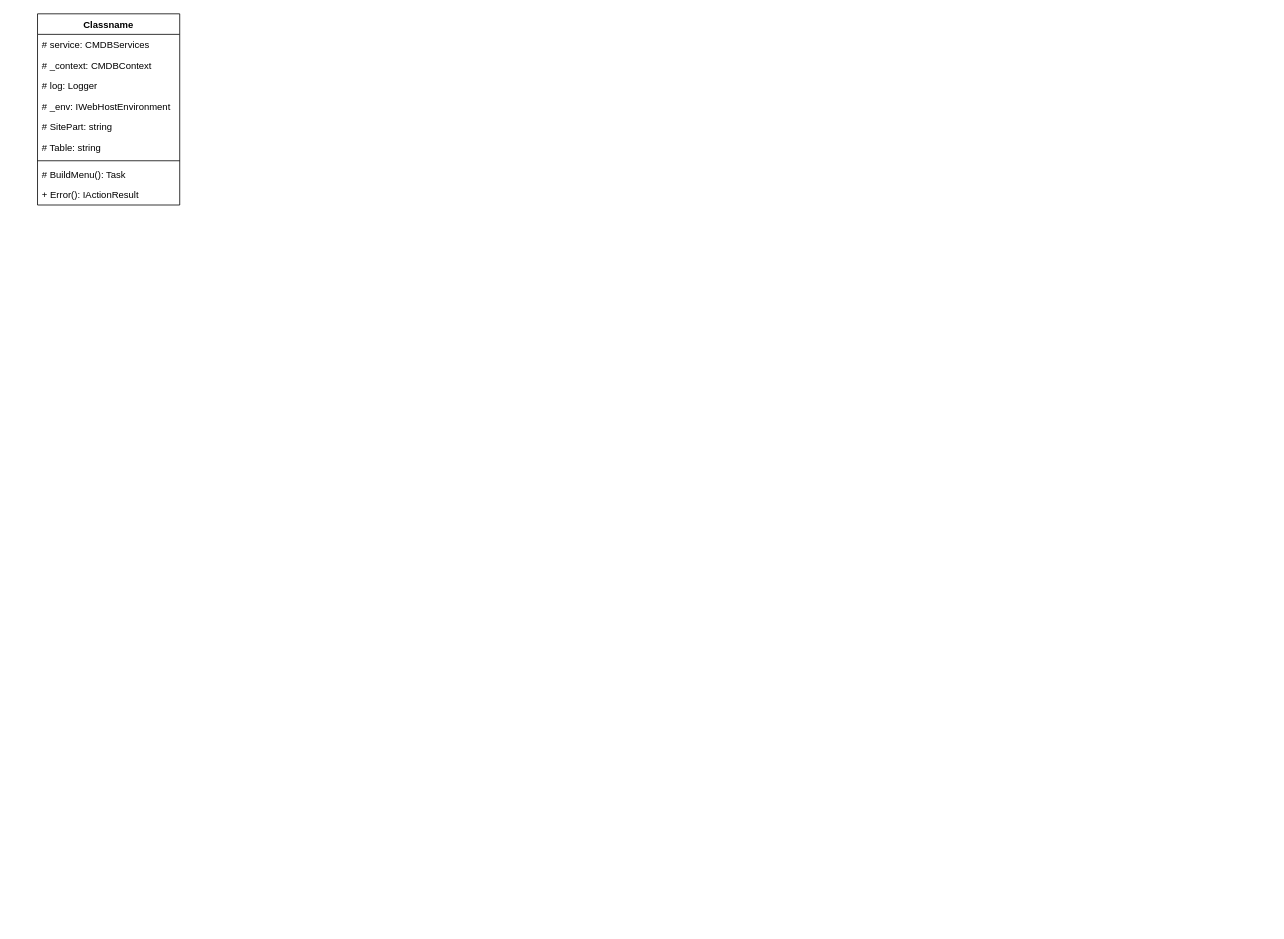
This is page "Controllers" (2 of 3) of CMDB/CMDB/Documentation/CMDB-Class.drawio from HansColman45/PyCMDB, a draw.io file, before an edit. Source tidied: cells renumbered, new cells numbered last; positions are measured from the earlier drawing's top-left corner, leaving out a move shared by most shapes. Both pictures are drawn from the tidied source at 79%, with x=0, y=0 at pixel (37, 13).
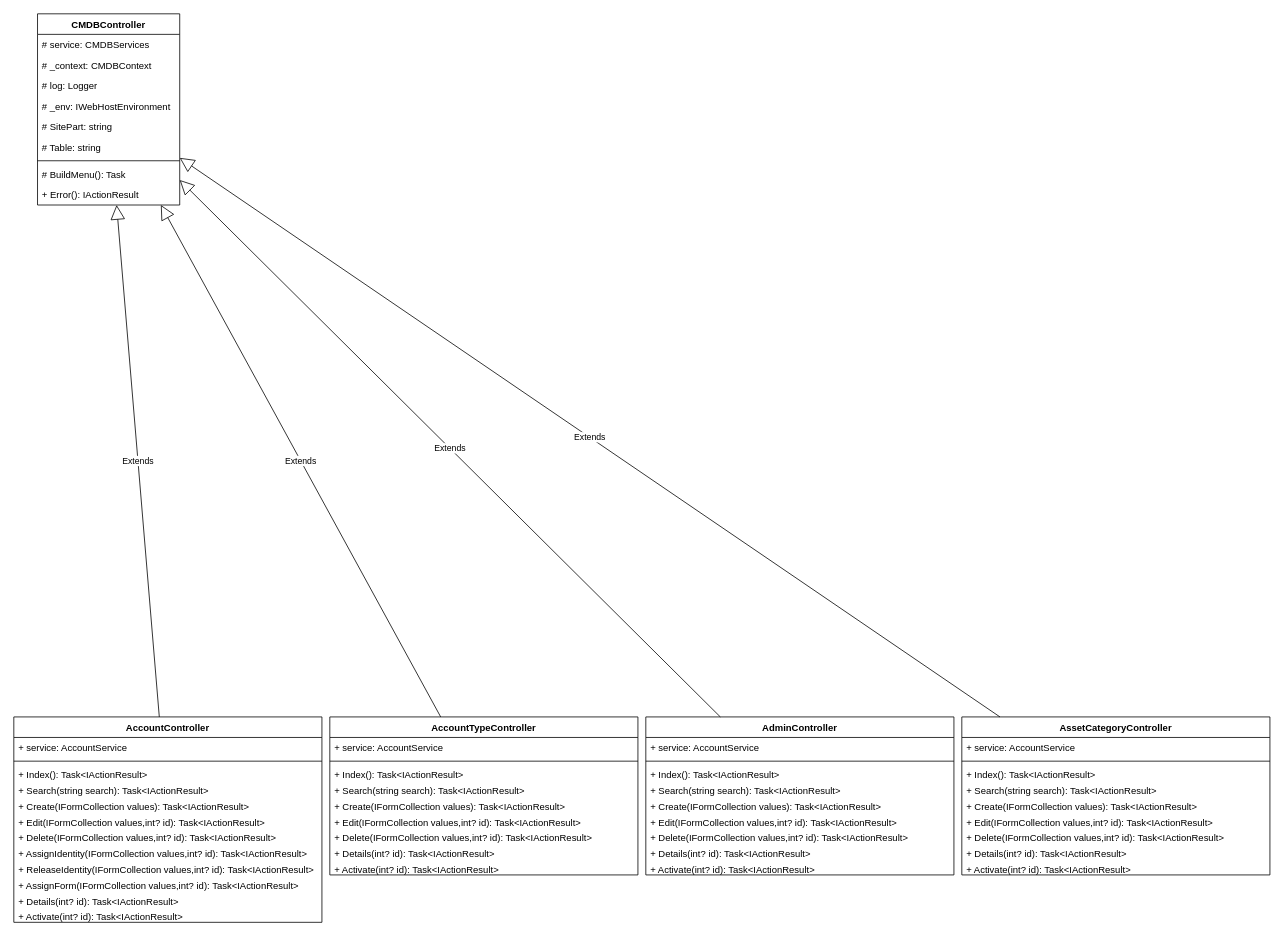
The same diagram, later.

Diff of the diagram source:
```diff
@@
-    <mxCell id="2" value="Classname" style="swimlane;fontStyle=1;align=center;verticalAlign=top;horizontal=1;startSize=26;" parent="1" vertex="1">
+    <mxCell id="2" value="CMDBController" style="swimlane;fontStyle=1;align=center;verticalAlign=top;horizontal=1;startSize=26;" parent="1" vertex="1">
       <mxGeometry width="180" height="242" as="geometry" />
     </mxCell>
@@
+    <mxCell id="12" value="AccountController" style="swimlane;fontStyle=1;align=center;verticalAlign=top;horizontal=1;startSize=26;" parent="1" vertex="1">
+      <mxGeometry x="-30" y="890" width="390" height="260" as="geometry" />
+    </mxCell>
+    <mxCell id="13" value="+ service: AccountService" style="text;strokeColor=none;fillColor=none;align=left;verticalAlign=top;spacingLeft=4;spacingRight=4;overflow=hidden;" parent="12" vertex="1">
+      <mxGeometry y="26" width="390" height="26" as="geometry" />
+    </mxCell>
+    <mxCell id="14" style="line;strokeWidth=1;fillColor=none;align=left;verticalAlign=middle;spacingTop=-1;spacingLeft=3;spacingRight=3;labelPosition=right;" parent="12" vertex="1">
+      <mxGeometry y="52" width="390" height="8" as="geometry" />
+    </mxCell>
+    <mxCell id="15" value="+ Index(): Task&lt;IActionResult&gt;" style="text;strokeColor=none;fillColor=none;align=left;verticalAlign=top;spacingLeft=4;spacingRight=4;overflow=hidden;" parent="12" vertex="1">
+      <mxGeometry y="60" width="390" height="20" as="geometry" />
+    </mxCell>
+    <mxCell id="16" value="+ Search(string search): Task&lt;IActionResult&gt;" style="text;strokeColor=none;fillColor=none;align=left;verticalAlign=top;spacingLeft=4;spacingRight=4;overflow=hidden;" parent="12" vertex="1">
+      <mxGeometry y="80" width="390" height="20" as="geometry" />
+    </mxCell>
+    <mxCell id="17" value="+ Create(IFormCollection values): Task&lt;IActionResult&gt;" style="text;strokeColor=none;fillColor=none;align=left;verticalAlign=top;spacingLeft=4;spacingRight=4;overflow=hidden;" parent="12" vertex="1">
+      <mxGeometry y="100" width="390" height="20" as="geometry" />
+    </mxCell>
+    <mxCell id="18" value="+ Edit(IFormCollection values,int? id): Task&lt;IActionResult&gt;" style="text;strokeColor=none;fillColor=none;align=left;verticalAlign=top;spacingLeft=4;spacingRight=4;overflow=hidden;" parent="12" vertex="1">
+      <mxGeometry y="120" width="390" height="20" as="geometry" />
+    </mxCell>
+    <mxCell id="19" value="+ Delete(IFormCollection values,int? id): Task&lt;IActionResult&gt;" style="text;strokeColor=none;fillColor=none;align=left;verticalAlign=top;spacingLeft=4;spacingRight=4;overflow=hidden;" parent="12" vertex="1">
+      <mxGeometry y="140" width="390" height="20" as="geometry" />
+    </mxCell>
+    <mxCell id="20" value="+ AssignIdentity(IFormCollection values,int? id): Task&lt;IActionResult&gt;" style="text;strokeColor=none;fillColor=none;align=left;verticalAlign=top;spacingLeft=4;spacingRight=4;overflow=hidden;" parent="12" vertex="1">
+      <mxGeometry y="160" width="390" height="20" as="geometry" />
+    </mxCell>
+    <mxCell id="21" value="+ ReleaseIdentity(IFormCollection values,int? id): Task&lt;IActionResult&gt;" style="text;strokeColor=none;fillColor=none;align=left;verticalAlign=top;spacingLeft=4;spacingRight=4;overflow=hidden;" parent="12" vertex="1">
+      <mxGeometry y="180" width="390" height="20" as="geometry" />
+    </mxCell>
+    <mxCell id="22" value="+ AssignForm(IFormCollection values,int? id): Task&lt;IActionResult&gt;" style="text;strokeColor=none;fillColor=none;align=left;verticalAlign=top;spacingLeft=4;spacingRight=4;overflow=hidden;" parent="12" vertex="1">
+      <mxGeometry y="200" width="390" height="20" as="geometry" />
+    </mxCell>
+    <mxCell id="23" value="+ Details(int? id): Task&lt;IActionResult&gt;" style="text;strokeColor=none;fillColor=none;align=left;verticalAlign=top;spacingLeft=4;spacingRight=4;overflow=hidden;" parent="12" vertex="1">
+      <mxGeometry y="220" width="390" height="20" as="geometry" />
+    </mxCell>
+    <mxCell id="24" value="+ Activate(int? id): Task&lt;IActionResult&gt;" style="text;strokeColor=none;fillColor=none;align=left;verticalAlign=top;spacingLeft=4;spacingRight=4;overflow=hidden;" parent="12" vertex="1">
+      <mxGeometry y="240" width="390" height="20" as="geometry" />
+    </mxCell>
+    <mxCell id="25" value="Extends" style="endArrow=block;endSize=16;endFill=0;html=1;" parent="1" edge="1" source="12" target="2">
+      <mxGeometry relative="1" as="geometry" />
+    </mxCell>
+    <mxCell id="26" value="AccountTypeController" style="swimlane;fontStyle=1;align=center;verticalAlign=top;horizontal=1;startSize=26;" parent="1" vertex="1">
+      <mxGeometry x="370" y="890" width="390" height="200" as="geometry" />
+    </mxCell>
+    <mxCell id="27" value="+ service: AccountService" style="text;strokeColor=none;fillColor=none;align=left;verticalAlign=top;spacingLeft=4;spacingRight=4;overflow=hidden;" parent="26" vertex="1">
+      <mxGeometry y="26" width="390" height="26" as="geometry" />
+    </mxCell>
+    <mxCell id="28" style="line;strokeWidth=1;fillColor=none;align=left;verticalAlign=middle;spacingTop=-1;spacingLeft=3;spacingRight=3;labelPosition=right;" parent="26" vertex="1">
+      <mxGeometry y="52" width="390" height="8" as="geometry" />
+    </mxCell>
+    <mxCell id="29" value="+ Index(): Task&lt;IActionResult&gt;" style="text;strokeColor=none;fillColor=none;align=left;verticalAlign=top;spacingLeft=4;spacingRight=4;overflow=hidden;" parent="26" vertex="1">
+      <mxGeometry y="60" width="390" height="20" as="geometry" />
+    </mxCell>
+    <mxCell id="30" value="+ Search(string search): Task&lt;IActionResult&gt;" style="text;strokeColor=none;fillColor=none;align=left;verticalAlign=top;spacingLeft=4;spacingRight=4;overflow=hidden;" parent="26" vertex="1">
+      <mxGeometry y="80" width="390" height="20" as="geometry" />
+    </mxCell>
+    <mxCell id="31" value="+ Create(IFormCollection values): Task&lt;IActionResult&gt;" style="text;strokeColor=none;fillColor=none;align=left;verticalAlign=top;spacingLeft=4;spacingRight=4;overflow=hidden;" parent="26" vertex="1">
+      <mxGeometry y="100" width="390" height="20" as="geometry" />
+    </mxCell>
+    <mxCell id="32" value="+ Edit(IFormCollection values,int? id): Task&lt;IActionResult&gt;" style="text;strokeColor=none;fillColor=none;align=left;verticalAlign=top;spacingLeft=4;spacingRight=4;overflow=hidden;" parent="26" vertex="1">
+      <mxGeometry y="120" width="390" height="20" as="geometry" />
+    </mxCell>
+    <mxCell id="33" value="+ Delete(IFormCollection values,int? id): Task&lt;IActionResult&gt;" style="text;strokeColor=none;fillColor=none;align=left;verticalAlign=top;spacingLeft=4;spacingRight=4;overflow=hidden;" parent="26" vertex="1">
+      <mxGeometry y="140" width="390" height="20" as="geometry" />
+    </mxCell>
+    <mxCell id="34" value="+ Details(int? id): Task&lt;IActionResult&gt;" style="text;strokeColor=none;fillColor=none;align=left;verticalAlign=top;spacingLeft=4;spacingRight=4;overflow=hidden;" parent="26" vertex="1">
+      <mxGeometry y="160" width="390" height="20" as="geometry" />
+    </mxCell>
+    <mxCell id="35" value="+ Activate(int? id): Task&lt;IActionResult&gt;" style="text;strokeColor=none;fillColor=none;align=left;verticalAlign=top;spacingLeft=4;spacingRight=4;overflow=hidden;" parent="26" vertex="1">
+      <mxGeometry y="180" width="390" height="20" as="geometry" />
+    </mxCell>
+    <mxCell id="36" value="Extends" style="endArrow=block;endSize=16;endFill=0;html=1;" parent="1" edge="1" source="26" target="2">
+      <mxGeometry relative="1" as="geometry" />
+    </mxCell>
+    <mxCell id="37" value="AdminController" style="swimlane;fontStyle=1;align=center;verticalAlign=top;horizontal=1;startSize=26;" parent="1" vertex="1">
+      <mxGeometry x="770" y="890" width="390" height="200" as="geometry" />
+    </mxCell>
+    <mxCell id="38" value="+ service: AccountService" style="text;strokeColor=none;fillColor=none;align=left;verticalAlign=top;spacingLeft=4;spacingRight=4;overflow=hidden;" parent="37" vertex="1">
+      <mxGeometry y="26" width="390" height="26" as="geometry" />
+    </mxCell>
+    <mxCell id="39" style="line;strokeWidth=1;fillColor=none;align=left;verticalAlign=middle;spacingTop=-1;spacingLeft=3;spacingRight=3;labelPosition=right;" parent="37" vertex="1">
+      <mxGeometry y="52" width="390" height="8" as="geometry" />
+    </mxCell>
+    <mxCell id="40" value="+ Index(): Task&lt;IActionResult&gt;" style="text;strokeColor=none;fillColor=none;align=left;verticalAlign=top;spacingLeft=4;spacingRight=4;overflow=hidden;" parent="37" vertex="1">
+      <mxGeometry y="60" width="390" height="20" as="geometry" />
+    </mxCell>
+    <mxCell id="41" value="+ Search(string search): Task&lt;IActionResult&gt;" style="text;strokeColor=none;fillColor=none;align=left;verticalAlign=top;spacingLeft=4;spacingRight=4;overflow=hidden;" parent="37" vertex="1">
+      <mxGeometry y="80" width="390" height="20" as="geometry" />
+    </mxCell>
+    <mxCell id="42" value="+ Create(IFormCollection values): Task&lt;IActionResult&gt;" style="text;strokeColor=none;fillColor=none;align=left;verticalAlign=top;spacingLeft=4;spacingRight=4;overflow=hidden;" parent="37" vertex="1">
+      <mxGeometry y="100" width="390" height="20" as="geometry" />
+    </mxCell>
+    <mxCell id="43" value="+ Edit(IFormCollection values,int? id): Task&lt;IActionResult&gt;" style="text;strokeColor=none;fillColor=none;align=left;verticalAlign=top;spacingLeft=4;spacingRight=4;overflow=hidden;" parent="37" vertex="1">
+      <mxGeometry y="120" width="390" height="20" as="geometry" />
+    </mxCell>
+    <mxCell id="44" value="+ Delete(IFormCollection values,int? id): Task&lt;IActionResult&gt;" style="text;strokeColor=none;fillColor=none;align=left;verticalAlign=top;spacingLeft=4;spacingRight=4;overflow=hidden;" parent="37" vertex="1">
+      <mxGeometry y="140" width="390" height="20" as="geometry" />
+    </mxCell>
+    <mxCell id="45" value="+ Details(int? id): Task&lt;IActionResult&gt;" style="text;strokeColor=none;fillColor=none;align=left;verticalAlign=top;spacingLeft=4;spacingRight=4;overflow=hidden;" parent="37" vertex="1">
+      <mxGeometry y="160" width="390" height="20" as="geometry" />
+    </mxCell>
+    <mxCell id="46" value="+ Activate(int? id): Task&lt;IActionResult&gt;" style="text;strokeColor=none;fillColor=none;align=left;verticalAlign=top;spacingLeft=4;spacingRight=4;overflow=hidden;" parent="37" vertex="1">
+      <mxGeometry y="180" width="390" height="20" as="geometry" />
+    </mxCell>
+    <mxCell id="47" value="Extends" style="endArrow=block;endSize=16;endFill=0;html=1;" parent="1" edge="1" source="37" target="2">
+      <mxGeometry relative="1" as="geometry" />
+    </mxCell>
+    <mxCell id="48" value="AssetCategoryController" style="swimlane;fontStyle=1;align=center;verticalAlign=top;horizontal=1;startSize=26;" parent="1" vertex="1">
+      <mxGeometry x="1170" y="890" width="390" height="200" as="geometry" />
+    </mxCell>
+    <mxCell id="49" value="+ service: AccountService" style="text;strokeColor=none;fillColor=none;align=left;verticalAlign=top;spacingLeft=4;spacingRight=4;overflow=hidden;" parent="48" vertex="1">
+      <mxGeometry y="26" width="390" height="26" as="geometry" />
+    </mxCell>
+    <mxCell id="50" style="line;strokeWidth=1;fillColor=none;align=left;verticalAlign=middle;spacingTop=-1;spacingLeft=3;spacingRight=3;labelPosition=right;" parent="48" vertex="1">
+      <mxGeometry y="52" width="390" height="8" as="geometry" />
+    </mxCell>
+    <mxCell id="51" value="+ Index(): Task&lt;IActionResult&gt;" style="text;strokeColor=none;fillColor=none;align=left;verticalAlign=top;spacingLeft=4;spacingRight=4;overflow=hidden;" parent="48" vertex="1">
+      <mxGeometry y="60" width="390" height="20" as="geometry" />
+    </mxCell>
+    <mxCell id="52" value="+ Search(string search): Task&lt;IActionResult&gt;" style="text;strokeColor=none;fillColor=none;align=left;verticalAlign=top;spacingLeft=4;spacingRight=4;overflow=hidden;" parent="48" vertex="1">
+      <mxGeometry y="80" width="390" height="20" as="geometry" />
+    </mxCell>
+    <mxCell id="53" value="+ Create(IFormCollection values): Task&lt;IActionResult&gt;" style="text;strokeColor=none;fillColor=none;align=left;verticalAlign=top;spacingLeft=4;spacingRight=4;overflow=hidden;" parent="48" vertex="1">
+      <mxGeometry y="100" width="390" height="20" as="geometry" />
+    </mxCell>
+    <mxCell id="54" value="+ Edit(IFormCollection values,int? id): Task&lt;IActionResult&gt;" style="text;strokeColor=none;fillColor=none;align=left;verticalAlign=top;spacingLeft=4;spacingRight=4;overflow=hidden;" parent="48" vertex="1">
+      <mxGeometry y="120" width="390" height="20" as="geometry" />
+    </mxCell>
+    <mxCell id="55" value="+ Delete(IFormCollection values,int? id): Task&lt;IActionResult&gt;" style="text;strokeColor=none;fillColor=none;align=left;verticalAlign=top;spacingLeft=4;spacingRight=4;overflow=hidden;" parent="48" vertex="1">
+      <mxGeometry y="140" width="390" height="20" as="geometry" />
+    </mxCell>
+    <mxCell id="56" value="+ Details(int? id): Task&lt;IActionResult&gt;" style="text;strokeColor=none;fillColor=none;align=left;verticalAlign=top;spacingLeft=4;spacingRight=4;overflow=hidden;" parent="48" vertex="1">
+      <mxGeometry y="160" width="390" height="20" as="geometry" />
+    </mxCell>
+    <mxCell id="57" value="+ Activate(int? id): Task&lt;IActionResult&gt;" style="text;strokeColor=none;fillColor=none;align=left;verticalAlign=top;spacingLeft=4;spacingRight=4;overflow=hidden;" parent="48" vertex="1">
+      <mxGeometry y="180" width="390" height="20" as="geometry" />
+    </mxCell>
+    <mxCell id="58" value="Extends" style="endArrow=block;endSize=16;endFill=0;html=1;" parent="1" edge="1" source="48" target="2">
+      <mxGeometry relative="1" as="geometry" />
+    </mxCell>
```
